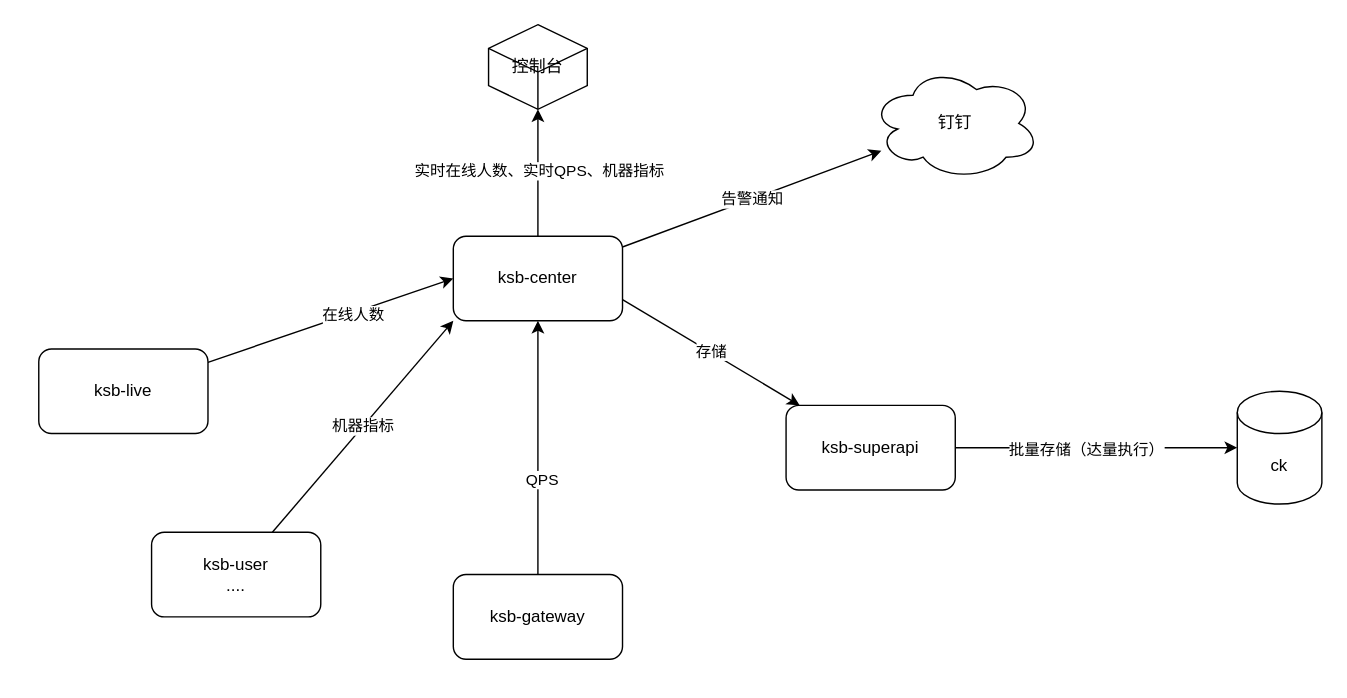
The draw.io diagram 实时运维监控系统.drawio in luodongseu/diagrams, before the edit. Source tidied: cells renumbered, new cells numbered last; positions are measured from the earlier drawing's top-left corner, leaving out a move shared by most shapes. Both pictures are drawn from the tidied source at 141%, with x=0, y=0 at pixel (38, 24).
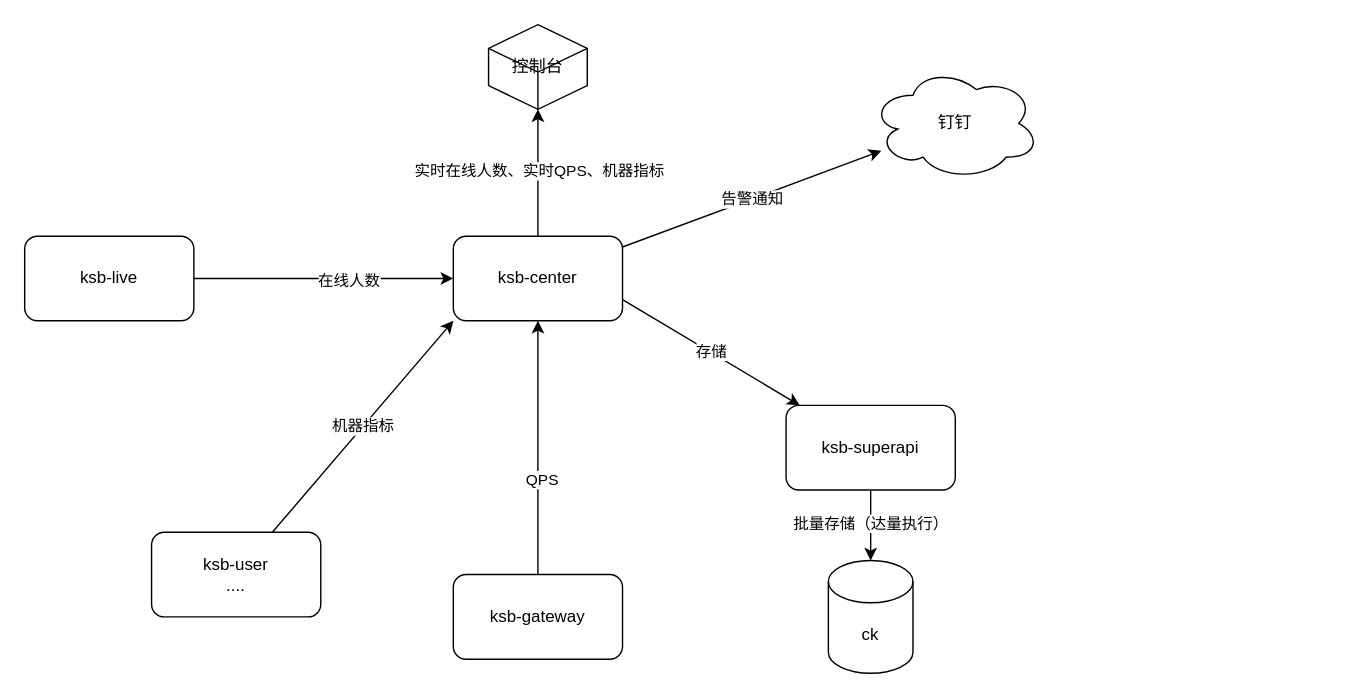
After the change.

Commit message:
Update 实时运维监控系统.drawio

Unchanged cells that the change refers to:
```xml
<mxCell id="15" value="ksb-superapi" style="rounded=1;whiteSpace=wrap;html=1;" parent="1" vertex="1">
  <mxGeometry x="530" y="270" width="120" height="60" as="geometry" />
</mxCell>
```

The edit, as a diff of the source:
```diff
@@
     <mxCell id="12" value="ksb-live" style="rounded=1;whiteSpace=wrap;html=1;" parent="1" vertex="1">
-      <mxGeometry y="230" width="120" height="60" as="geometry" />
+      <mxGeometry x="-10" y="150" width="120" height="60" as="geometry" />
     </mxCell>
-    <mxCell id="13" style="edgeStyle=none;rounded=0;jettySize=auto;html=1;entryX=0;entryY=0.5;entryDx=0;entryDy=0;entryPerimeter=0;" parent="1" edge="1" source="15" target="16">
+    <mxCell id="13" style="edgeStyle=none;rounded=0;jettySize=auto;html=1;" parent="1" edge="1" source="15" target="16">
       <mxGeometry relative="1" as="geometry" />
     </mxCell>
@@
     <mxCell id="16" value="ck" style="shape=cylinder3;whiteSpace=wrap;html=1;boundedLbl=1;backgroundOutline=1;size=15;" parent="1" vertex="1">
-      <mxGeometry x="850" y="260" width="60" height="80" as="geometry" />
+      <mxGeometry x="560" y="380" width="60" height="80" as="geometry" />
     </mxCell>
```
